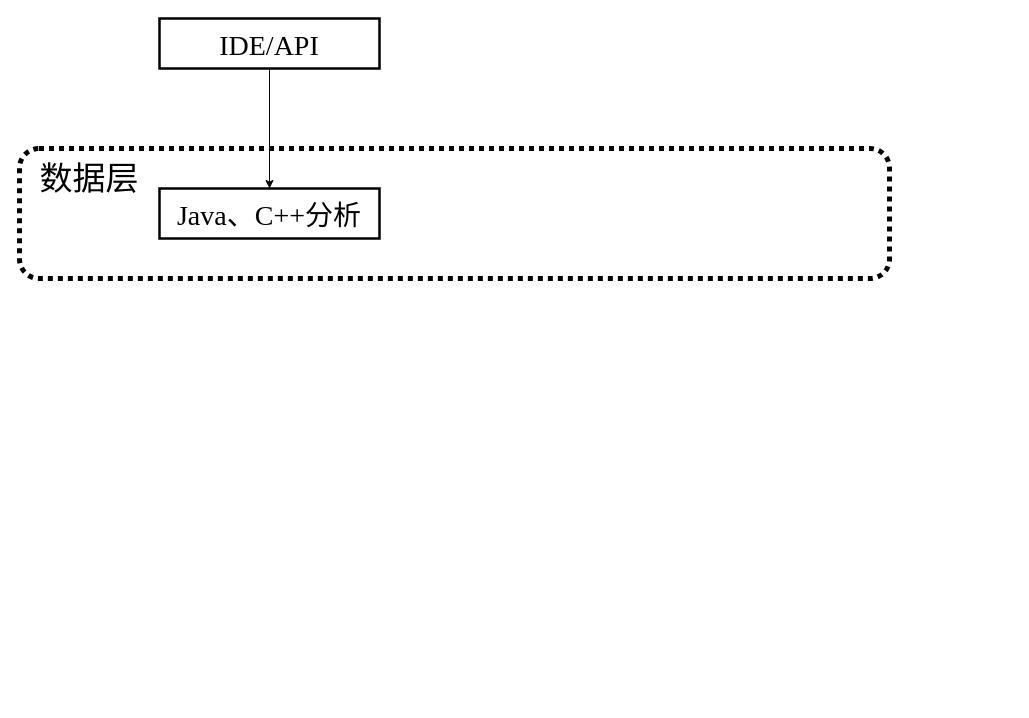
Above: 工作原理图.drawio in LovenSar/- (draw.io), before the change. Source tidied: cells renumbered, new cells numbered last; positions are measured from the earlier drawing's top-left corner, leaving out a move shared by most shapes. Both pictures are drawn from the tidied source at 100%, with x=0, y=0 at pixel (19, 18).
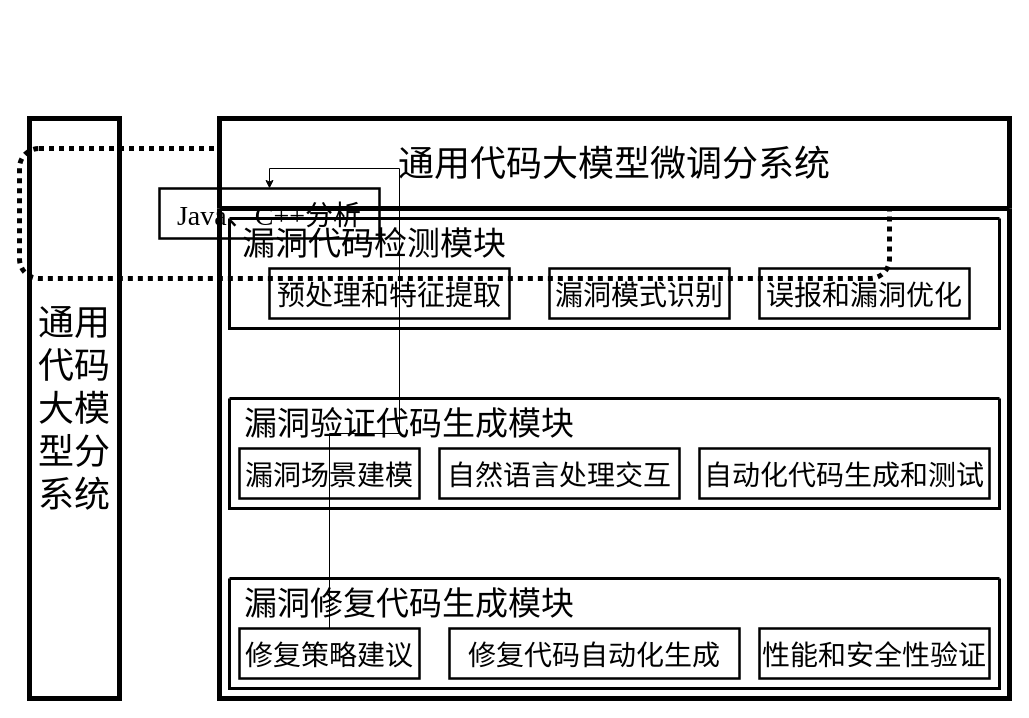
After the change.

Commit message (it also covers changes not shown here):
更新工作原理图.drawio

The edit, as a diff of the source:
```diff
@@
+    <mxCell id="7" value="通用代码大模型分系统" style="rounded=0;whiteSpace=wrap;html=1;fillColor=none;strokeWidth=5;fontSize=36;" parent="1" vertex="1">
+      <mxGeometry x="10" y="100" width="90" height="580" as="geometry" />
+    </mxCell>
@@
+    <mxCell id="8" value="&lt;font style=&quot;font-size: 36px; font-weight: normal;&quot;&gt;通用代码大模型微调分系统&lt;/font&gt;" style="swimlane;whiteSpace=wrap;html=1;fontSize=5;strokeWidth=5;startSize=90;" parent="1" vertex="1">
+      <mxGeometry x="200" y="100" width="790" height="580" as="geometry" />
+    </mxCell>
+    <mxCell id="9" style="swimlane;startSize=0;fillColor=none;strokeWidth=3;" parent="8" vertex="1">
+      <mxGeometry x="10" y="460" width="770" height="110" as="geometry" />
+    </mxCell>
+    <mxCell id="5" value="&lt;font face=&quot;Times New Roman&quot; style=&quot;font-size: 28px;&quot;&gt;修复策略建议&lt;/font&gt;" style="rounded=0;whiteSpace=wrap;html=1;fillColor=none;strokeWidth=2.5;fontFamily=宋体;fontSize=33;" parent="9" vertex="1">
+      <mxGeometry x="10" y="50" width="180" height="50" as="geometry" />
+    </mxCell>
+    <mxCell id="10" value="&lt;font face=&quot;Times New Roman&quot; style=&quot;font-size: 28px;&quot;&gt;修复代码自动化生成&lt;/font&gt;" style="rounded=0;whiteSpace=wrap;html=1;fillColor=none;strokeWidth=2.5;fontFamily=宋体;fontSize=33;" parent="9" vertex="1">
+      <mxGeometry x="220" y="50" width="290" height="50" as="geometry" />
+    </mxCell>
+    <mxCell id="11" value="&lt;font face=&quot;Times New Roman&quot; style=&quot;font-size: 28px;&quot;&gt;性能和安全性验证&lt;/font&gt;" style="rounded=0;whiteSpace=wrap;html=1;fillColor=none;strokeWidth=2.5;fontFamily=宋体;fontSize=33;" parent="9" vertex="1">
+      <mxGeometry x="530" y="50" width="230" height="50" as="geometry" />
+    </mxCell>
-    <mxCell id="3" value="数据层" style="text;html=1;align=center;verticalAlign=middle;whiteSpace=wrap;rounded=0;fontFamily=宋体;fontSize=33;" parent="1" vertex="1">
-      <mxGeometry x="10" y="150" width="120" height="20" as="geometry" />
+    <mxCell id="3" value="漏洞修复代码生成模块" style="text;html=1;align=center;verticalAlign=middle;whiteSpace=wrap;rounded=0;fontFamily=宋体;fontSize=33;" parent="9" vertex="1">
+      <mxGeometry x="10" width="340" height="50" as="geometry" />
     </mxCell>
+    <mxCell id="12" style="swimlane;startSize=0;fillColor=none;strokeWidth=3;" parent="8" vertex="1">
+      <mxGeometry x="10" y="280" width="770" height="110" as="geometry" />
+    </mxCell>
+    <mxCell id="13" value="&lt;font face=&quot;Times New Roman&quot; style=&quot;font-size: 28px;&quot;&gt;漏洞场景建模&lt;/font&gt;" style="rounded=0;whiteSpace=wrap;html=1;fillColor=none;strokeWidth=2.5;fontFamily=宋体;fontSize=33;" parent="12" vertex="1">
+      <mxGeometry x="10" y="50" width="180" height="50" as="geometry" />
+    </mxCell>
+    <mxCell id="14" value="&lt;font face=&quot;Times New Roman&quot; style=&quot;font-size: 28px;&quot;&gt;自然语言处理交互&lt;/font&gt;" style="rounded=0;whiteSpace=wrap;html=1;fillColor=none;strokeWidth=2.5;fontFamily=宋体;fontSize=33;" parent="12" vertex="1">
+      <mxGeometry x="210" y="50" width="240" height="50" as="geometry" />
+    </mxCell>
+    <mxCell id="15" value="&lt;font face=&quot;Times New Roman&quot; style=&quot;font-size: 28px;&quot;&gt;自动化代码生成和测试&lt;/font&gt;" style="rounded=0;whiteSpace=wrap;html=1;fillColor=none;strokeWidth=2.5;fontFamily=宋体;fontSize=33;" parent="12" vertex="1">
+      <mxGeometry x="470" y="50" width="290" height="50" as="geometry" />
+    </mxCell>
+    <mxCell id="16" value="漏洞验证代码生成模块" style="text;html=1;align=center;verticalAlign=middle;whiteSpace=wrap;rounded=0;fontFamily=宋体;fontSize=33;" parent="12" vertex="1">
+      <mxGeometry x="10" width="340" height="50" as="geometry" />
+    </mxCell>
+    <mxCell id="17" style="swimlane;startSize=0;fillColor=none;strokeWidth=3;" parent="8" vertex="1">
+      <mxGeometry x="10" y="100" width="770" height="110" as="geometry" />
+    </mxCell>
+    <mxCell id="18" value="&lt;font face=&quot;Times New Roman&quot; style=&quot;font-size: 28px;&quot;&gt;预处理和特征提取&lt;/font&gt;" style="rounded=0;whiteSpace=wrap;html=1;fillColor=none;strokeWidth=2.5;fontFamily=宋体;fontSize=33;" parent="17" vertex="1">
+      <mxGeometry x="40" y="50" width="240" height="50" as="geometry" />
+    </mxCell>
+    <mxCell id="19" value="&lt;font face=&quot;Times New Roman&quot; style=&quot;font-size: 28px;&quot;&gt;漏洞模式识别&lt;/font&gt;" style="rounded=0;whiteSpace=wrap;html=1;fillColor=none;strokeWidth=2.5;fontFamily=宋体;fontSize=33;" parent="17" vertex="1">
+      <mxGeometry x="320" y="50" width="180" height="50" as="geometry" />
+    </mxCell>
+    <mxCell id="20" value="&lt;font face=&quot;Times New Roman&quot; style=&quot;font-size: 28px;&quot;&gt;误报和漏洞优化&lt;/font&gt;" style="rounded=0;whiteSpace=wrap;html=1;fillColor=none;strokeWidth=2.5;fontFamily=宋体;fontSize=33;" parent="17" vertex="1">
+      <mxGeometry x="530" y="50" width="210" height="50" as="geometry" />
+    </mxCell>
+    <mxCell id="21" value="漏洞代码检测模块" style="text;html=1;align=center;verticalAlign=middle;whiteSpace=wrap;rounded=0;fontFamily=宋体;fontSize=33;" parent="17" vertex="1">
+      <mxGeometry x="10" width="270" height="50" as="geometry" />
+    </mxCell>
@@
-    <mxCell id="5" value="&lt;font face=&quot;Times New Roman&quot; style=&quot;font-size: 28px;&quot;&gt;IDE/API&lt;/font&gt;" style="rounded=0;whiteSpace=wrap;html=1;fillColor=none;strokeWidth=2.5;fontFamily=宋体;fontSize=33;" parent="1" vertex="1">
-      <mxGeometry x="140" width="220" height="50" as="geometry" />
-    </mxCell>
```
